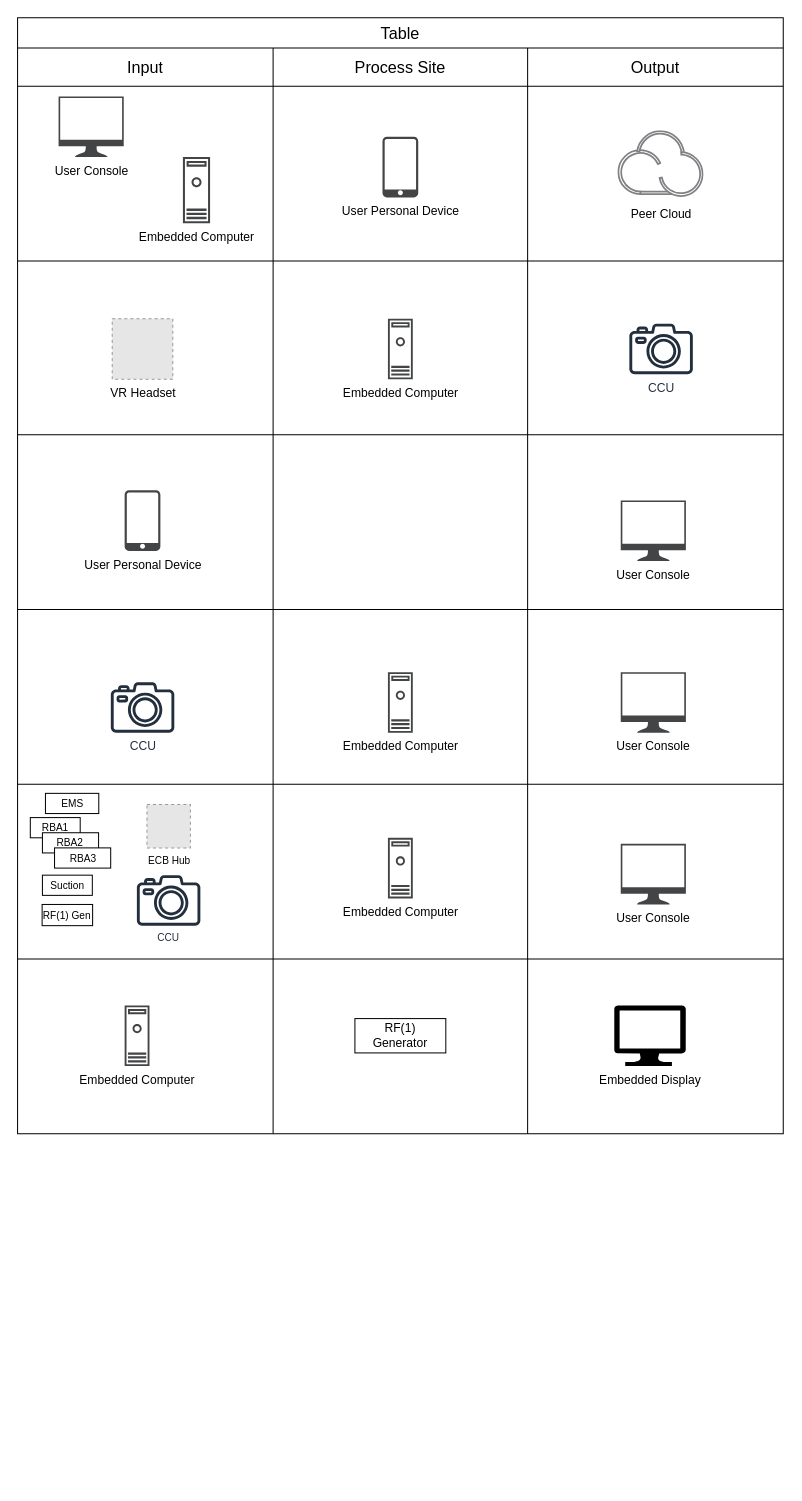
Earlier version of the draw.io diagram ConvMed-V01-DataFlow.drawio (PJPDQ/Engineering-Workflows). Source tidied: cells renumbered, new cells numbered last; positions are measured from the earlier drawing's top-left corner, leaving out a move shared by most shapes. Both pictures are drawn from the tidied source at 101%, with x=0, y=0 at pixel (17, 17). Pictures stored in the file or linked from it are replaced by grey dashed boxes.
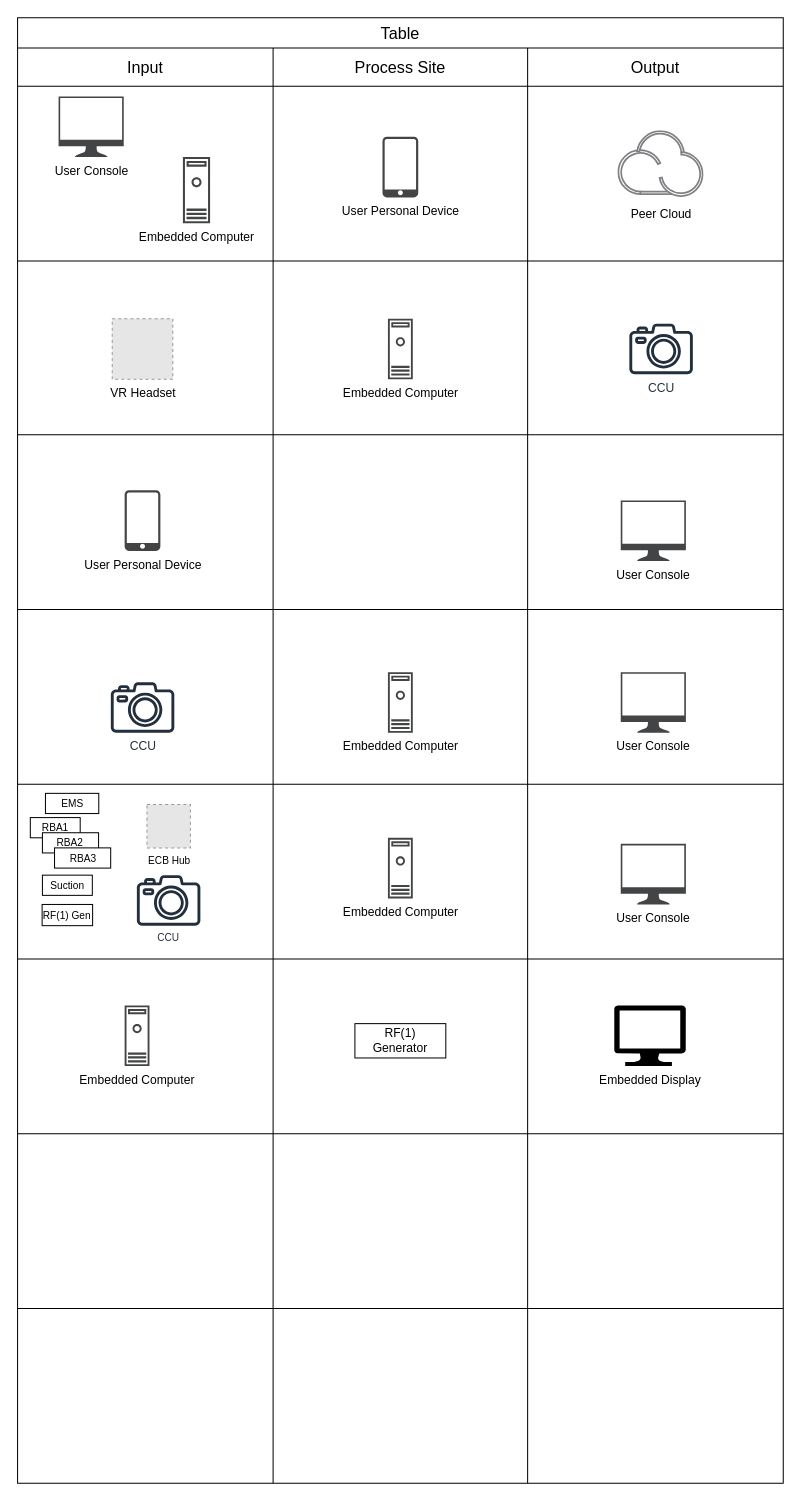
The same page after the edit.

Change to the diagram source:
```diff
@@
     <mxCell id="2" value="Table" style="shape=table;startSize=30;childLayout=tableLayout;strokeColor=default;fontSize=16;" parent="1" vertex="1">
-      <mxGeometry x="-0.1" width="758.1" height="1105" as="geometry" />
+      <mxGeometry x="-0.1" width="758.1" height="1451" as="geometry" />
     </mxCell>
@@
+    <mxCell id="56" style="shape=tableRow;horizontal=0;startSize=0;swimlaneHead=0;swimlaneBody=0;strokeColor=inherit;top=0;left=0;bottom=0;right=0;fillColor=none;fontSize=16;" parent="2" vertex="1">
+      <mxGeometry y="1105" width="758.1" height="173" as="geometry" />
+    </mxCell>
+    <mxCell id="57" style="shape=partialRectangle;html=1;whiteSpace=wrap;strokeColor=inherit;overflow=hidden;fillColor=none;top=0;left=0;bottom=0;right=0;fontSize=16;" parent="56" vertex="1">
+      <mxGeometry width="253" height="173" as="geometry" />
+    </mxCell>
+    <mxCell id="58" style="shape=partialRectangle;html=1;whiteSpace=wrap;strokeColor=inherit;overflow=hidden;fillColor=none;top=0;left=0;bottom=0;right=0;fontSize=16;" parent="56" vertex="1">
+      <mxGeometry x="253" width="252" height="173" as="geometry" />
+    </mxCell>
+    <mxCell id="59" style="shape=partialRectangle;html=1;whiteSpace=wrap;strokeColor=inherit;overflow=hidden;fillColor=none;top=0;left=0;bottom=0;right=0;fontSize=16;" parent="56" vertex="1">
+      <mxGeometry x="505" width="253" height="173" as="geometry" />
+    </mxCell>
+    <mxCell id="60" style="shape=tableRow;horizontal=0;startSize=0;swimlaneHead=0;swimlaneBody=0;strokeColor=inherit;top=0;left=0;bottom=0;right=0;fillColor=none;fontSize=16;" parent="2" vertex="1">
+      <mxGeometry y="1278" width="758.1" height="173" as="geometry" />
+    </mxCell>
+    <mxCell id="61" style="shape=partialRectangle;html=1;whiteSpace=wrap;strokeColor=inherit;overflow=hidden;fillColor=none;top=0;left=0;bottom=0;right=0;fontSize=16;" parent="60" vertex="1">
+      <mxGeometry width="253" height="173" as="geometry" />
+    </mxCell>
+    <mxCell id="62" style="shape=partialRectangle;html=1;whiteSpace=wrap;strokeColor=inherit;overflow=hidden;fillColor=none;top=0;left=0;bottom=0;right=0;fontSize=16;" parent="60" vertex="1">
+      <mxGeometry x="253" width="252" height="173" as="geometry" />
+    </mxCell>
+    <mxCell id="63" style="shape=partialRectangle;html=1;whiteSpace=wrap;strokeColor=inherit;overflow=hidden;fillColor=none;top=0;left=0;bottom=0;right=0;fontSize=16;" parent="60" vertex="1">
+      <mxGeometry x="505" width="253" height="173" as="geometry" />
+    </mxCell>
@@
     <mxCell id="44" value="RF(1) Generator" style="rounded=0;whiteSpace=wrap;html=1;" parent="1" vertex="1">
-      <mxGeometry x="333.9" y="991" width="90" height="34" as="geometry" />
+      <mxGeometry x="333.9" y="996" width="90" height="34" as="geometry" />
     </mxCell>
```
